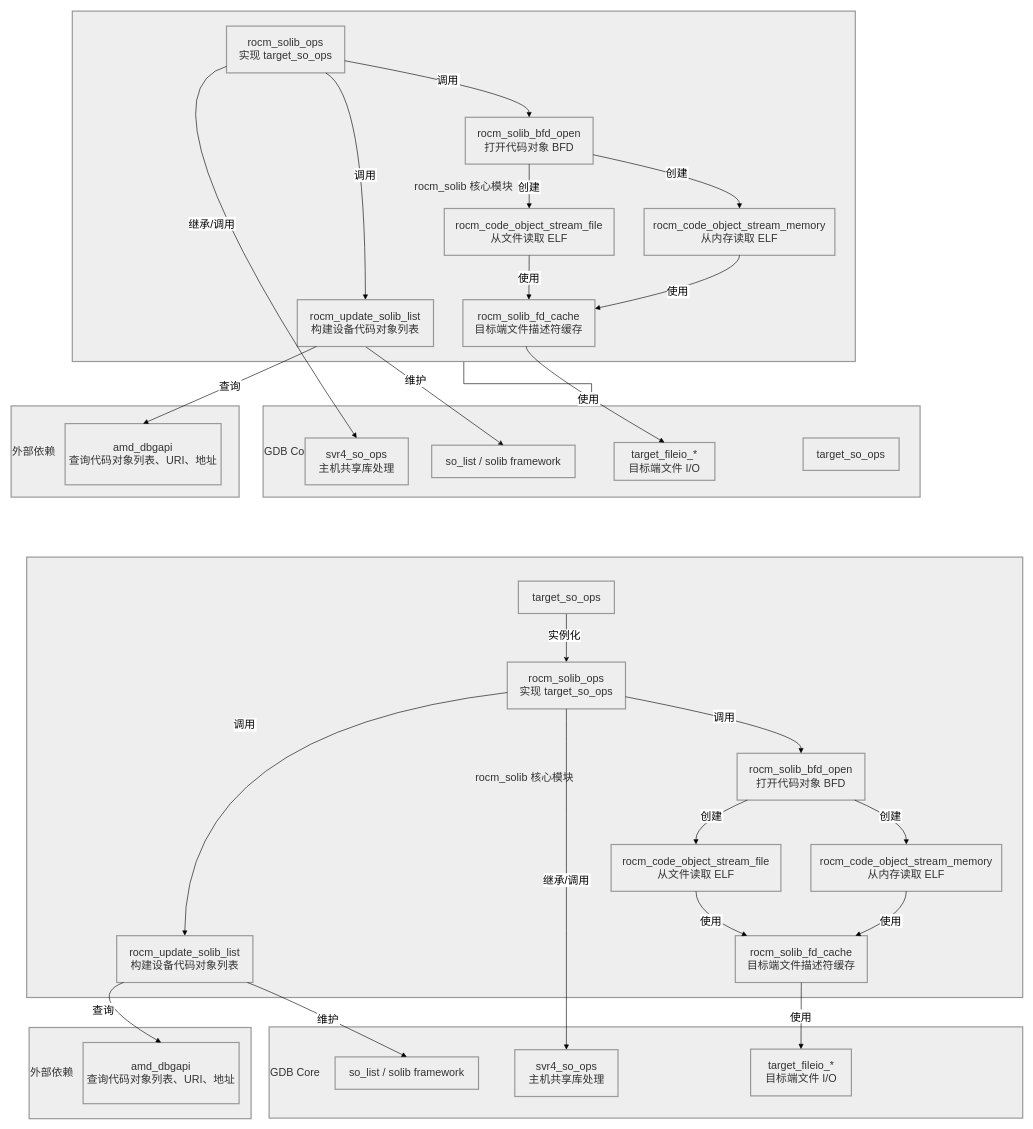
Before: solib-rocm.drawio in HanxuLiu/drawio-files, a draw.io diagram. Source tidied: cells renumbered, new cells numbered last; positions are measured from the earlier drawing's top-left corner, leaving out a move shared by most shapes. Both pictures are drawn from the tidied source at 60%, with x=0, y=0 at pixel (11, 11).
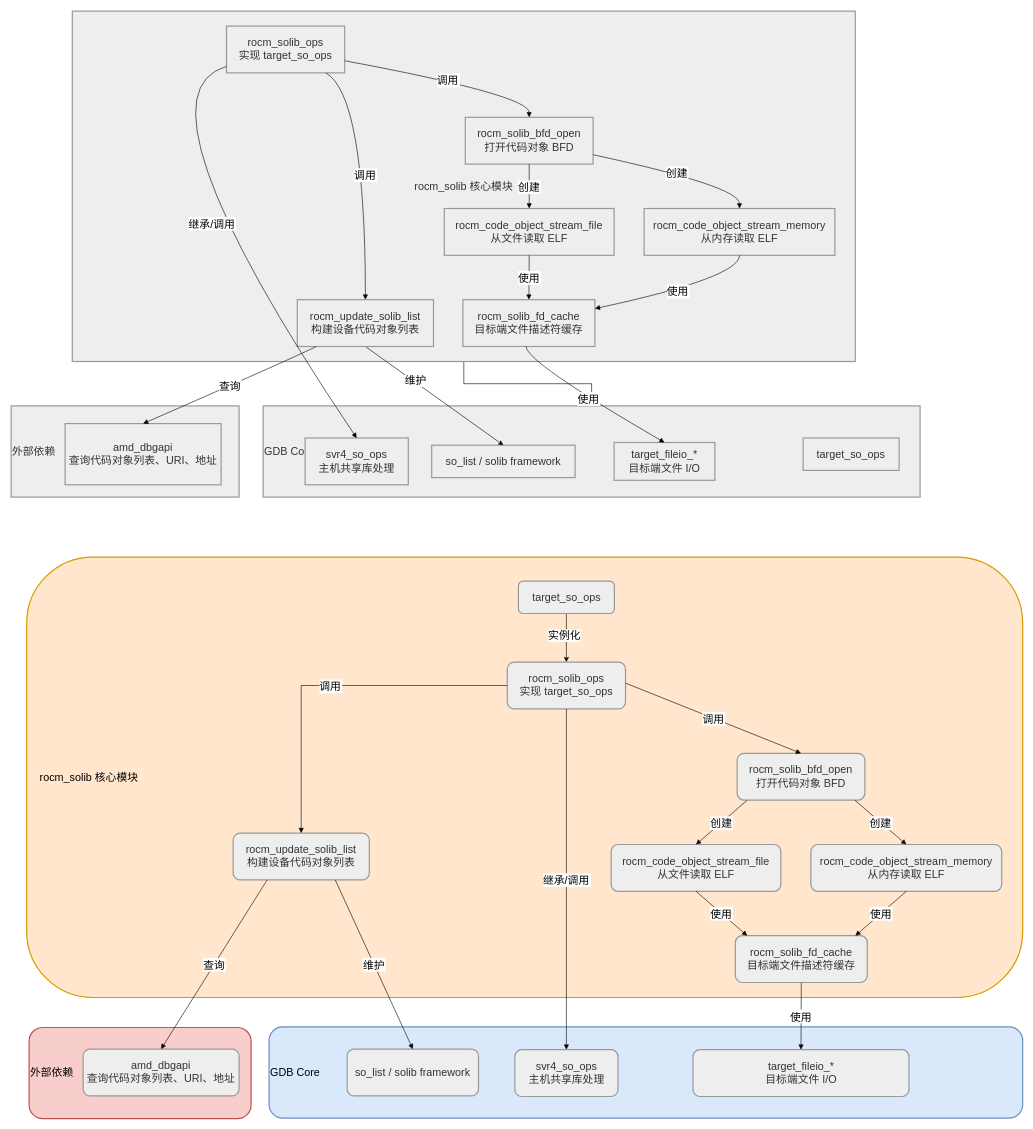
After the change.

What changed in the source:
```diff
@@
-    <mxCell id="28" value="外部依赖" style="whiteSpace=wrap;strokeWidth=2;fillColor=light-dark(#eeeeee,#1f2020);strokeColor=light-dark(#999999,#cccccc);fontColor=light-dark(#333333,#cccccc);align=left;fontSize=18;" parent="1" vertex="1">
+    <mxCell id="28" value="外部依赖" style="whiteSpace=wrap;strokeWidth=2;fillColor=#f8cecc;strokeColor=#b85450;align=left;fontSize=18;rounded=1;" parent="1" vertex="1">
       <mxGeometry x="30" y="1694" width="370" height="152" as="geometry" />
     </mxCell>
-    <mxCell id="29" value="rocm_solib 核心模块" style="whiteSpace=wrap;strokeWidth=2;fillColor=light-dark(#eeeeee,#1f2020);strokeColor=light-dark(#999999,#cccccc);fontColor=light-dark(#333333,#cccccc);fontSize=18;" parent="1" vertex="1">
+    <mxCell id="29" value="    rocm_solib 核心模块" style="whiteSpace=wrap;strokeWidth=2;fillColor=#ffe6cc;strokeColor=#d79b00;fontSize=18;align=left;rounded=1;" parent="1" vertex="1">
       <mxGeometry x="26" y="910" width="1660" height="734" as="geometry" />
     </mxCell>
-    <mxCell id="30" value="GDB Core" style="whiteSpace=wrap;strokeWidth=2;fillColor=light-dark(#eeeeee,#1f2020);strokeColor=light-dark(#999999,#cccccc);fontColor=light-dark(#333333,#cccccc);align=left;fontSize=18;" parent="1" vertex="1">
+    <mxCell id="30" value="GDB Core" style="whiteSpace=wrap;strokeWidth=2;fillColor=#dae8fc;strokeColor=#6c8ebf;align=left;fontSize=18;rounded=1;" parent="1" vertex="1">
       <mxGeometry x="430" y="1693" width="1256" height="152" as="geometry" />
     </mxCell>
-    <mxCell id="31" value="so_list / solib framework" style="whiteSpace=wrap;strokeWidth=2;fillColor=light-dark(#eeeeee,#1f2020);strokeColor=light-dark(#999999,#cccccc);fontColor=light-dark(#333333,#cccccc);fontSize=18;" parent="1" vertex="1">
-      <mxGeometry x="540" y="1743" width="239" height="54" as="geometry" />
+    <mxCell id="31" value="so_list / solib framework" style="whiteSpace=wrap;strokeWidth=2;fillColor=light-dark(#eeeeee,#1f2020);strokeColor=light-dark(#999999,#cccccc);fontColor=light-dark(#333333,#cccccc);fontSize=18;rounded=1;" parent="1" vertex="1">
+      <mxGeometry x="560" y="1730" width="219" height="78" as="geometry" />
     </mxCell>
@@
-    <mxCell id="34" value="target_so_ops" style="whiteSpace=wrap;strokeWidth=2;fillColor=light-dark(#eeeeee,#1f2020);strokeColor=light-dark(#999999,#cccccc);fontColor=light-dark(#333333,#cccccc);fontSize=18;" parent="1" vertex="1">
+    <mxCell id="34" value="target_so_ops" style="whiteSpace=wrap;strokeWidth=2;fillColor=light-dark(#eeeeee,#1f2020);strokeColor=light-dark(#999999,#cccccc);fontColor=light-dark(#333333,#cccccc);fontSize=18;rounded=1;" parent="1" vertex="1">
       <mxGeometry x="845.5" y="950" width="160" height="54" as="geometry" />
     </mxCell>
-    <mxCell id="35" value="svr4_so_ops&#10;主机共享库处理" style="whiteSpace=wrap;strokeWidth=2;fillColor=light-dark(#eeeeee,#1f2020);strokeColor=light-dark(#999999,#cccccc);fontColor=light-dark(#333333,#cccccc);fontSize=18;" parent="1" vertex="1">
+    <mxCell id="35" value="svr4_so_ops&#10;主机共享库处理" style="whiteSpace=wrap;strokeWidth=2;fillColor=light-dark(#eeeeee,#1f2020);strokeColor=light-dark(#999999,#cccccc);fontColor=light-dark(#333333,#cccccc);fontSize=18;rounded=1;" parent="1" vertex="1">
       <mxGeometry x="839.5" y="1731" width="172" height="78" as="geometry" />
     </mxCell>
-    <mxCell id="36" value="target_fileio_*&#10;目标端文件 I/O" style="whiteSpace=wrap;strokeWidth=2;fillColor=light-dark(#eeeeee,#1f2020);strokeColor=light-dark(#999999,#cccccc);fontColor=light-dark(#333333,#cccccc);fontSize=18;" parent="1" vertex="1">
-      <mxGeometry x="1232.5" y="1730" width="168" height="78" as="geometry" />
+    <mxCell id="36" value="target_fileio_*&#10;目标端文件 I/O" style="whiteSpace=wrap;strokeWidth=2;fillColor=light-dark(#eeeeee,#1f2020);strokeColor=light-dark(#999999,#cccccc);fontColor=light-dark(#333333,#cccccc);fontSize=18;rounded=1;" parent="1" vertex="1">
+      <mxGeometry x="1136.5" y="1731" width="360" height="78" as="geometry" />
     </mxCell>
-    <mxCell id="37" value="rocm_solib_ops&#10;实现 target_so_ops" style="whiteSpace=wrap;strokeWidth=2;fillColor=light-dark(#eeeeee,#1f2020);strokeColor=light-dark(#999999,#cccccc);fontColor=light-dark(#333333,#cccccc);fontSize=18;" parent="1" vertex="1">
+    <mxCell id="37" value="rocm_solib_ops&#10;实现 target_so_ops" style="whiteSpace=wrap;strokeWidth=2;fillColor=light-dark(#eeeeee,#1f2020);strokeColor=light-dark(#999999,#cccccc);fontColor=light-dark(#333333,#cccccc);fontSize=18;rounded=1;" parent="1" vertex="1">
       <mxGeometry x="827" y="1085" width="197" height="78" as="geometry" />
     </mxCell>
-    <mxCell id="38" value="rocm_update_solib_list&#10;构建设备代码对象列表" style="whiteSpace=wrap;strokeWidth=2;fillColor=light-dark(#eeeeee,#1f2020);strokeColor=light-dark(#999999,#cccccc);fontColor=light-dark(#333333,#cccccc);fontSize=18;" parent="1" vertex="1">
-      <mxGeometry x="176" y="1541" width="227" height="78" as="geometry" />
+    <mxCell id="38" value="rocm_update_solib_list&#10;构建设备代码对象列表" style="whiteSpace=wrap;strokeWidth=2;fillColor=light-dark(#eeeeee,#1f2020);strokeColor=light-dark(#999999,#cccccc);fontColor=light-dark(#333333,#cccccc);fontSize=18;rounded=1;" parent="1" vertex="1">
+      <mxGeometry x="370" y="1370" width="227" height="78" as="geometry" />
     </mxCell>
-    <mxCell id="39" value="rocm_solib_bfd_open&#10;打开代码对象 BFD" style="whiteSpace=wrap;strokeWidth=2;fillColor=light-dark(#eeeeee,#1f2020);strokeColor=light-dark(#999999,#cccccc);fontColor=light-dark(#333333,#cccccc);fontSize=18;" parent="1" vertex="1">
+    <mxCell id="39" value="rocm_solib_bfd_open&#10;打开代码对象 BFD" style="whiteSpace=wrap;strokeWidth=2;fillColor=light-dark(#eeeeee,#1f2020);strokeColor=light-dark(#999999,#cccccc);fontColor=light-dark(#333333,#cccccc);fontSize=18;rounded=1;" parent="1" vertex="1">
       <mxGeometry x="1210" y="1237" width="213" height="78" as="geometry" />
     </mxCell>
-    <mxCell id="40" value="rocm_solib_fd_cache&#10;目标端文件描述符缓存" style="whiteSpace=wrap;strokeWidth=2;fillColor=light-dark(#eeeeee,#1f2020);strokeColor=light-dark(#999999,#cccccc);fontColor=light-dark(#333333,#cccccc);fontSize=18;" parent="1" vertex="1">
+    <mxCell id="40" value="rocm_solib_fd_cache&#10;目标端文件描述符缓存" style="whiteSpace=wrap;strokeWidth=2;fillColor=light-dark(#eeeeee,#1f2020);strokeColor=light-dark(#999999,#cccccc);fontColor=light-dark(#333333,#cccccc);fontSize=18;rounded=1;" parent="1" vertex="1">
       <mxGeometry x="1207" y="1541" width="220" height="78" as="geometry" />
     </mxCell>
-    <mxCell id="41" value="rocm_code_object_stream_file&#10;从文件读取 ELF" style="whiteSpace=wrap;strokeWidth=2;fillColor=light-dark(#eeeeee,#1f2020);strokeColor=light-dark(#999999,#cccccc);fontColor=light-dark(#333333,#cccccc);fontSize=18;" parent="1" vertex="1">
+    <mxCell id="41" value="rocm_code_object_stream_file&#10;从文件读取 ELF" style="whiteSpace=wrap;strokeWidth=2;fillColor=light-dark(#eeeeee,#1f2020);strokeColor=light-dark(#999999,#cccccc);fontColor=light-dark(#333333,#cccccc);fontSize=18;rounded=1;" parent="1" vertex="1">
       <mxGeometry x="1000" y="1389" width="283" height="78" as="geometry" />
     </mxCell>
-    <mxCell id="42" value="rocm_code_object_stream_memory&#10;从内存读取 ELF" style="whiteSpace=wrap;strokeWidth=2;fillColor=light-dark(#eeeeee,#1f2020);strokeColor=light-dark(#999999,#cccccc);fontColor=light-dark(#333333,#cccccc);fontSize=18;" parent="1" vertex="1">
+    <mxCell id="42" value="rocm_code_object_stream_memory&#10;从内存读取 ELF" style="whiteSpace=wrap;strokeWidth=2;fillColor=light-dark(#eeeeee,#1f2020);strokeColor=light-dark(#999999,#cccccc);fontColor=light-dark(#333333,#cccccc);fontSize=18;rounded=1;" parent="1" vertex="1">
       <mxGeometry x="1333" y="1389" width="318" height="78" as="geometry" />
     </mxCell>
-    <mxCell id="43" value="amd_dbgapi&#10;查询代码对象列表、URI、地址" style="whiteSpace=wrap;strokeWidth=2;fillColor=light-dark(#eeeeee,#1f2020);strokeColor=light-dark(#999999,#cccccc);fontColor=light-dark(#333333,#cccccc);fontSize=18;" parent="1" vertex="1">
-      <mxGeometry x="120" y="1719" width="260" height="102" as="geometry" />
+    <mxCell id="43" value="amd_dbgapi&#10;查询代码对象列表、URI、地址" style="whiteSpace=wrap;strokeWidth=2;fillColor=light-dark(#eeeeee,#1f2020);strokeColor=light-dark(#999999,#cccccc);fontColor=light-dark(#333333,#cccccc);fontSize=18;rounded=1;" parent="1" vertex="1">
+      <mxGeometry x="120" y="1730" width="260" height="78" as="geometry" />
     </mxCell>
-    <mxCell id="44" value="调用" style="curved=1;startArrow=none;endArrow=block;exitX=0;exitY=0.65;entryX=0.5;entryY=0;rounded=0;fontSize=18;" parent="1" edge="1" source="37" target="38">
-      <mxGeometry relative="1" as="geometry">
-        <Array as="points">
-          <mxPoint x="290" y="1200" />
-        </Array>
-      </mxGeometry>
+    <mxCell id="44" value="调用" style="startArrow=none;endArrow=block;entryX=0.5;entryY=0;rounded=0;fontSize=18;edgeStyle=orthogonalEdgeStyle;exitX=0;exitY=0.5;exitDx=0;exitDy=0;" parent="1" edge="1" source="37" target="38">
+      <mxGeometry relative="1" as="geometry" />
     </mxCell>
-    <mxCell id="45" value="调用" style="curved=1;startArrow=none;endArrow=block;exitX=1;exitY=0.74;entryX=0.5;entryY=0;rounded=0;fontSize=18;" parent="1" edge="1" source="37" target="39">
-      <mxGeometry relative="1" as="geometry">
-        <Array as="points">
-          <mxPoint x="1317" y="1200" />
-        </Array>
-      </mxGeometry>
+    <mxCell id="45" value="调用" style="startArrow=none;endArrow=block;exitX=1;exitY=0.449;entryX=0.5;entryY=0;rounded=0;fontSize=18;exitDx=0;exitDy=0;exitPerimeter=0;" parent="1" edge="1" source="37" target="39">
+      <mxGeometry relative="1" as="geometry" />
     </mxCell>
@@
-    <mxCell id="47" value="查询" style="curved=1;startArrow=none;endArrow=block;exitX=0.05;exitY=1;entryX=0.5;entryY=0;rounded=0;fontSize=18;" parent="1" edge="1" source="38" target="43">
-      <mxGeometry relative="1" as="geometry">
-        <Array as="points">
-          <mxPoint x="120" y="1644" />
-        </Array>
-      </mxGeometry>
+    <mxCell id="47" value="查询" style="curved=1;startArrow=none;endArrow=block;exitX=0.25;exitY=1;entryX=0.5;entryY=0;rounded=0;fontSize=18;exitDx=0;exitDy=0;" parent="1" edge="1" source="38" target="43">
+      <mxGeometry relative="1" as="geometry" />
     </mxCell>
-    <mxCell id="48" value="维护" style="curved=1;startArrow=none;endArrow=block;exitX=0.96;exitY=1;entryX=0.5;entryY=0;rounded=0;fontSize=18;" parent="1" edge="1" source="38" target="31">
-      <mxGeometry relative="1" as="geometry">
-        <Array as="points">
-          <mxPoint x="459" y="1644" />
-        </Array>
-      </mxGeometry>
+    <mxCell id="48" value="维护" style="startArrow=none;endArrow=block;exitX=0.75;exitY=1;entryX=0.5;entryY=0;rounded=0;fontSize=18;exitDx=0;exitDy=0;" parent="1" edge="1" source="38" target="31">
+      <mxGeometry relative="1" as="geometry" />
     </mxCell>
-    <mxCell id="49" value="创建" style="curved=1;startArrow=none;endArrow=block;exitX=0.08;exitY=1;entryX=0.5;entryY=0;rounded=0;fontSize=18;" parent="1" edge="1" source="39" target="41">
-      <mxGeometry relative="1" as="geometry">
-        <Array as="points">
-          <mxPoint x="1141" y="1352" />
-        </Array>
-      </mxGeometry>
+    <mxCell id="49" value="创建" style="startArrow=none;endArrow=block;exitX=0.08;exitY=1;entryX=0.5;entryY=0;rounded=0;fontSize=18;" parent="1" edge="1" source="39" target="41">
+      <mxGeometry relative="1" as="geometry" />
     </mxCell>
-    <mxCell id="50" value="创建" style="curved=1;startArrow=none;endArrow=block;exitX=0.92;exitY=1;entryX=0.5;entryY=0;rounded=0;fontSize=18;" parent="1" edge="1" source="39" target="42">
-      <mxGeometry relative="1" as="geometry">
-        <Array as="points">
-          <mxPoint x="1492" y="1352" />
-        </Array>
-      </mxGeometry>
+    <mxCell id="50" value="创建" style="startArrow=none;endArrow=block;exitX=0.92;exitY=1;entryX=0.5;entryY=0;rounded=0;fontSize=18;" parent="1" edge="1" source="39" target="42">
+      <mxGeometry relative="1" as="geometry" />
     </mxCell>
-    <mxCell id="51" value="使用" style="curved=1;startArrow=none;endArrow=block;exitX=0.5;exitY=1;entryX=0.09;entryY=0;rounded=0;fontSize=18;" parent="1" edge="1" source="41" target="40">
-      <mxGeometry relative="1" as="geometry">
-        <Array as="points">
-          <mxPoint x="1141" y="1504" />
-        </Array>
-      </mxGeometry>
+    <mxCell id="51" value="使用" style="startArrow=none;endArrow=block;exitX=0.5;exitY=1;entryX=0.09;entryY=0;rounded=0;fontSize=18;" parent="1" edge="1" source="41" target="40">
+      <mxGeometry relative="1" as="geometry" />
     </mxCell>
-    <mxCell id="52" value="使用" style="curved=1;startArrow=none;endArrow=block;exitX=0.5;exitY=1;entryX=0.91;entryY=0;rounded=0;fontSize=18;" parent="1" edge="1" source="42" target="40">
-      <mxGeometry relative="1" as="geometry">
-        <Array as="points">
-          <mxPoint x="1492" y="1504" />
-        </Array>
-      </mxGeometry>
+    <mxCell id="52" value="使用" style="startArrow=none;endArrow=block;exitX=0.5;exitY=1;entryX=0.91;entryY=0;rounded=1;fontSize=18;" parent="1" edge="1" source="42" target="40">
+      <mxGeometry relative="1" as="geometry" />
     </mxCell>
```
